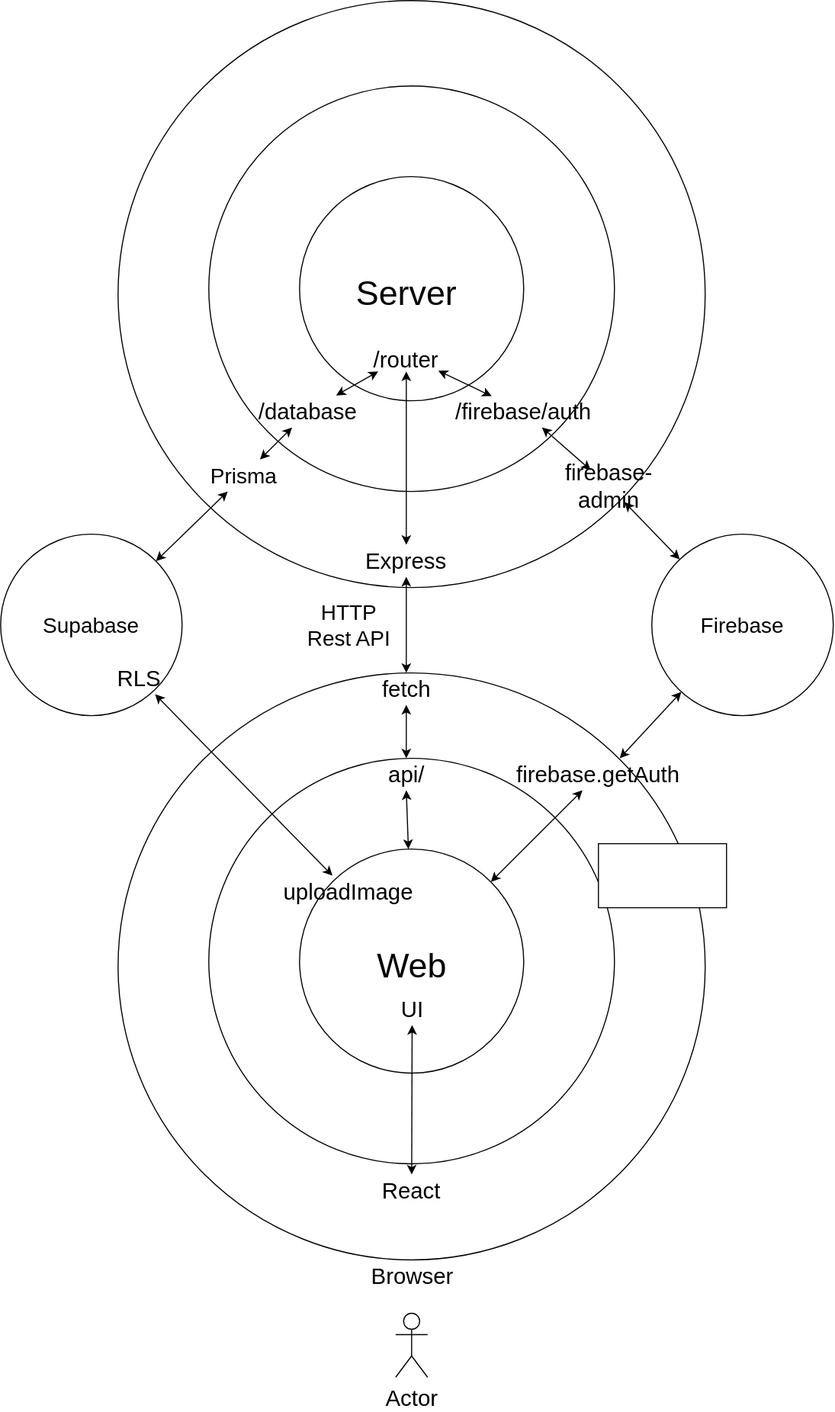
Above: code-structure.drawio.svg in ut-code/CourseMate (draw.io), before the change. Source tidied: cells renumbered, new cells last; positions are measured from the earlier drawing's top-left corner, leaving out a move shared by most shapes.
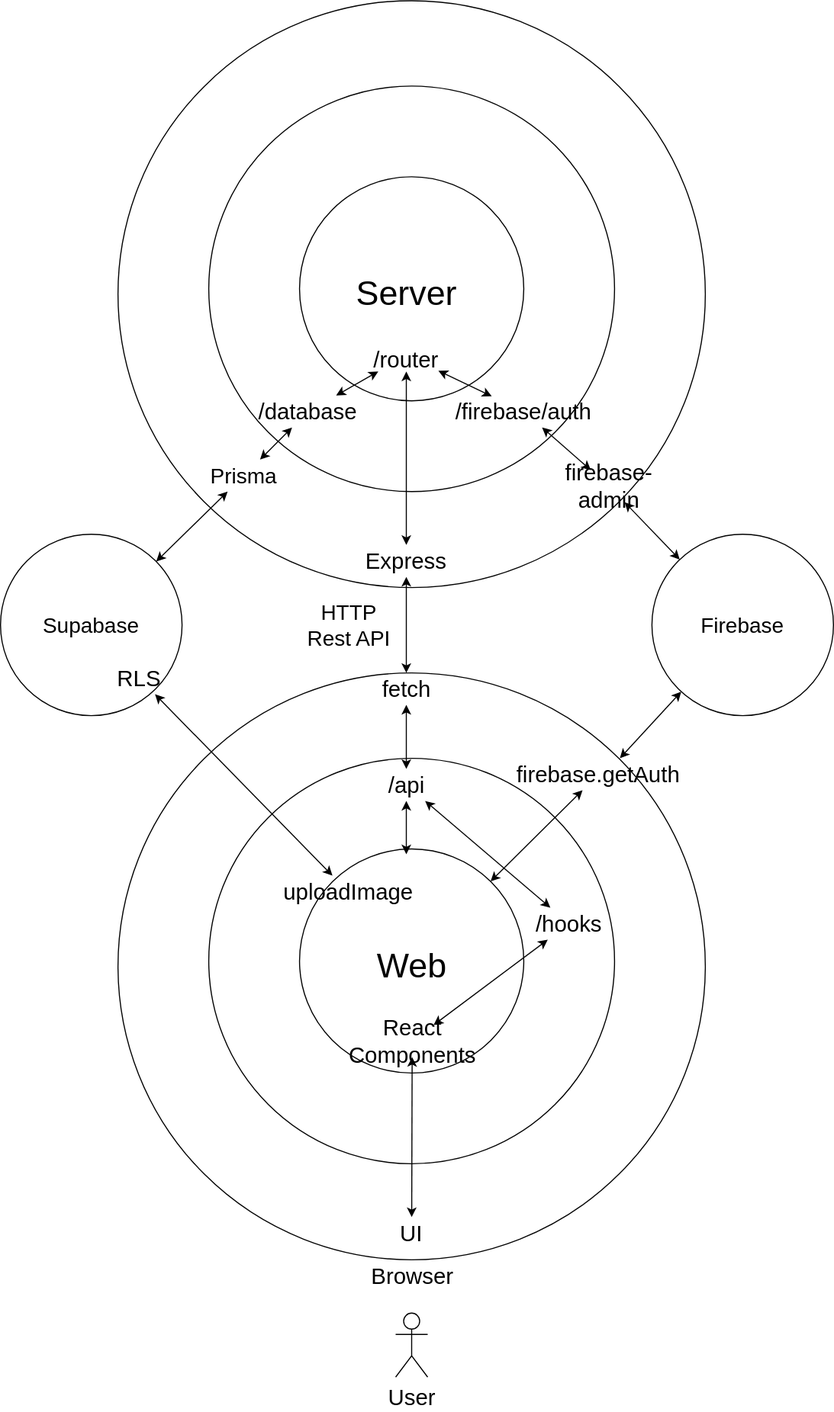
After the commit.

What changed in the source:
```diff
@@ -47,8 +47,8 @@
     <mxCell id="16" value="Prisma" style="text;html=1;strokeColor=none;fillColor=none;align=center;verticalAlign=middle;whiteSpace=wrap;rounded=0;fontSize=20;" parent="1" vertex="1">
       <mxGeometry x="198" y="430" width="60" height="30" as="geometry" />
     </mxCell>
-    <mxCell id="17" value="&lt;font style=&quot;font-size: 21px;&quot;&gt;api/&lt;/font&gt;" style="text;html=1;strokeColor=none;fillColor=none;align=center;verticalAlign=middle;whiteSpace=wrap;rounded=0;" parent="1" vertex="1">
-      <mxGeometry x="337.5" y="710" width="85" height="30" as="geometry" />
+    <mxCell id="17" value="&lt;font style=&quot;font-size: 21px;&quot;&gt;/api&lt;/font&gt;" style="text;html=1;strokeColor=none;fillColor=none;align=center;verticalAlign=middle;whiteSpace=wrap;rounded=0;" parent="1" vertex="1">
+      <mxGeometry x="337.5" y="720" width="85" height="30" as="geometry" />
     </mxCell>
     <mxCell id="18" value="/database" style="text;html=1;strokeColor=none;fillColor=none;align=center;verticalAlign=middle;whiteSpace=wrap;rounded=0;fontSize=21;" parent="1" vertex="1">
       <mxGeometry x="258" y="370" width="60" height="30" as="geometry" />
@@ -95,22 +95,24 @@
     <mxCell id="32" value="uploadImage" style="text;html=1;strokeColor=none;fillColor=none;align=center;verticalAlign=middle;whiteSpace=wrap;rounded=0;fontSize=21;" parent="1" vertex="1">
       <mxGeometry x="295.5" y="820" width="60" height="30" as="geometry" />
     </mxCell>
-    <mxCell id="33" style="endArrow=classic;startArrow=classic;html=1;fontSize=21;entryX=0.5;entryY=1;entryDx=0;entryDy=0;" parent="1" edge="1" source="7" target="17">
-      <mxGeometry relative="1" as="geometry" />
+    <mxCell id="33" style="endArrow=classic;startArrow=classic;html=1;fontSize=21;entryX=0.5;entryY=1;entryDx=0;entryDy=0;" parent="1" edge="1" target="17">
+      <mxGeometry relative="1" as="geometry">
+        <mxPoint x="380" y="800" as="sourcePoint" />
+      </mxGeometry>
     </mxCell>
     <mxCell id="34" value="UI" style="text;html=1;strokeColor=none;fillColor=none;align=center;verticalAlign=middle;whiteSpace=wrap;rounded=0;fontSize=21;" parent="1" vertex="1">
-      <mxGeometry x="355.5" y="930" width="60" height="30" as="geometry" />
+      <mxGeometry x="355" y="1140" width="60" height="30" as="geometry" />
     </mxCell>
     <mxCell id="35" value="Browser" style="text;html=1;strokeColor=none;fillColor=none;align=center;verticalAlign=middle;whiteSpace=wrap;rounded=0;fontSize=21;" parent="1" vertex="1">
       <mxGeometry x="355.5" y="1180" width="60" height="30" as="geometry" />
     </mxCell>
-    <mxCell id="36" value="React" style="text;html=1;strokeColor=none;fillColor=none;align=center;verticalAlign=middle;whiteSpace=wrap;rounded=0;fontSize=21;" parent="1" vertex="1">
-      <mxGeometry x="355" y="1100" width="60" height="30" as="geometry" />
+    <mxCell id="36" value="React&lt;br&gt;Components&lt;br&gt;" style="text;html=1;strokeColor=none;fillColor=none;align=center;verticalAlign=middle;whiteSpace=wrap;rounded=0;fontSize=21;" parent="1" vertex="1">
+      <mxGeometry x="355.5" y="960" width="60" height="30" as="geometry" />
     </mxCell>
     <mxCell id="37" style="endArrow=classic;startArrow=classic;html=1;fontSize=21;" parent="1" edge="1" source="36" target="34">
       <mxGeometry relative="1" as="geometry" />
     </mxCell>
-    <mxCell id="38" value="Actor" style="shape=umlActor;verticalLabelPosition=bottom;verticalAlign=top;html=1;fontSize=21;" parent="1" vertex="1">
+    <mxCell id="38" value="User" style="shape=umlActor;verticalLabelPosition=bottom;verticalAlign=top;html=1;fontSize=21;" parent="1" vertex="1">
       <mxGeometry x="370" y="1230" width="30" height="60" as="geometry" />
     </mxCell>
     <mxCell id="39" style="endArrow=classic;startArrow=classic;html=1;fontSize=21;" parent="1" edge="1" target="14">
@@ -124,8 +126,14 @@
     <mxCell id="41" style="endArrow=classic;startArrow=classic;html=1;fontSize=21;" parent="1" edge="1" source="7" target="40">
       <mxGeometry relative="1" as="geometry" />
     </mxCell>
-    <mxCell id="42" style="rounded=0;whiteSpace=wrap;html=1;fontSize=21;" parent="1" vertex="1">
-      <mxGeometry x="560" y="790" width="120" height="60" as="geometry" />
-    </mxCell>
+    <mxCell id="43" value="&lt;font style=&quot;font-size: 21px;&quot;&gt;/hooks&lt;/font&gt;" style="text;html=1;strokeColor=none;fillColor=none;align=center;verticalAlign=middle;whiteSpace=wrap;rounded=0;" parent="1" vertex="1">
+      <mxGeometry x="490" y="850" width="85" height="30" as="geometry" />
+    </mxCell>
+    <mxCell id="44" style="endArrow=classic;startArrow=classic;html=1;" parent="1" edge="1" source="43" target="17">
+      <mxGeometry relative="1" as="geometry" />
+    </mxCell>
+    <mxCell id="45" style="endArrow=classic;startArrow=classic;html=1;" parent="1" edge="1" source="36" target="43">
+      <mxGeometry relative="1" as="geometry" />
+    </mxCell>
   </root>
 </mxGraphModel>
```
